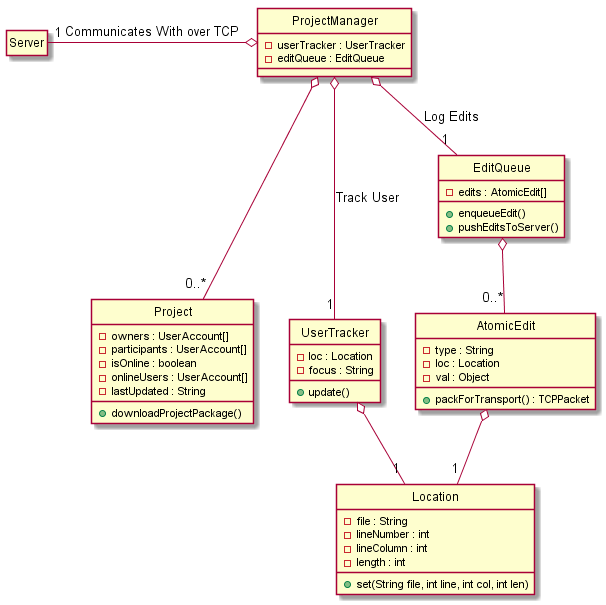
Above: hw3/Client/client_project.png in voxelv/sQuire_kw (PlantUML), before the change. Source of this version:
```plantuml
@startuml
hide circle
hide empty members

class "ProjectManager" as sq_projmgr {
    -userTracker : UserTracker
    -editQueue : EditQueue
}

class "Server" as sq_server

class "Project" as proj {
    -owners : UserAccount[]
    -participants : UserAccount[]
    -isOnline : boolean
    -onlineUsers : UserAccount[]
    -lastUpdated : String
    +downloadProjectPackage()
    +
}

class "UserTracker" as projmgr_utrack {
    -loc : Location
    -focus : String
    +update()
}

class "EditQueue" as projmgr_editq {
    -edits : AtomicEdit[]
    +enqueueEdit()
    +pushEditsToServer()
}

class "AtomicEdit" as editq_atomedit {
    -type : String
    -loc : Location
    -val : Object
    +packForTransport() : TCPPacket
}

class "Location" as loc {
    -file : String
    -lineNumber : int
    -lineColumn : int
    -length : int
    +set(String file, int line, int col, int len)
}

sq_projmgr o-left- "1" sq_server : Communicates With over TCP

sq_projmgr o=-- "1" projmgr_utrack : Track User
sq_projmgr o-- "1" projmgr_editq : Log Edits
sq_projmgr o=-- "0..*" proj

projmgr_editq o-- "0..*" editq_atomedit

projmgr_utrack o-- "1" loc

editq_atomedit o-- "1" loc



@enduml
```
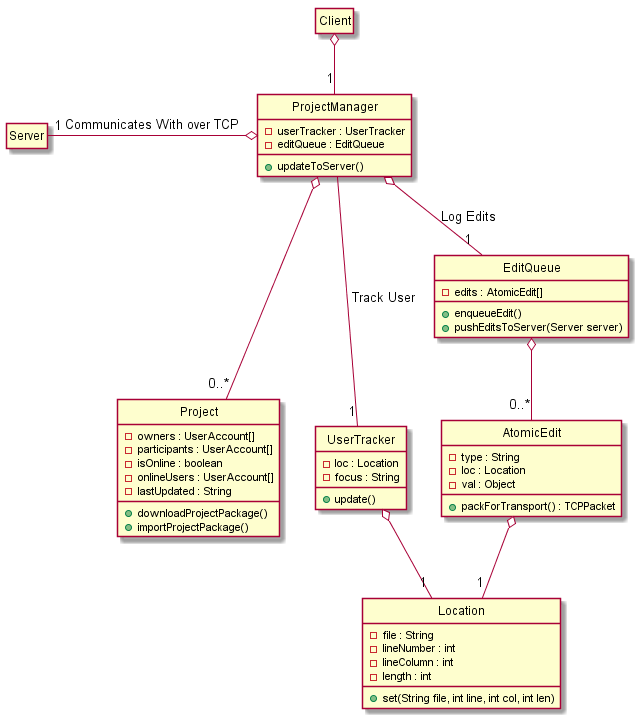
Later version of the same file.

Change to the diagram source:
```diff
@@ -2,9 +2,12 @@
 hide circle
 hide empty members
 
+class "Client" as sq_c
+
 class "ProjectManager" as sq_projmgr {
     -userTracker : UserTracker
     -editQueue : EditQueue
+    +updateToServer()
 }
 
 class "Server" as sq_server
@@ -16,7 +19,7 @@
     -onlineUsers : UserAccount[]
     -lastUpdated : String
     +downloadProjectPackage()
-    +
+    +importProjectPackage()
 }
 
 class "UserTracker" as projmgr_utrack {
@@ -28,7 +31,7 @@
 class "EditQueue" as projmgr_editq {
     -edits : AtomicEdit[]
     +enqueueEdit()
-    +pushEditsToServer()
+    +pushEditsToServer(Server server)
 }
 
 class "AtomicEdit" as editq_atomedit {
@@ -46,9 +49,11 @@
     +set(String file, int line, int col, int len)
 }
 
+sq_c o-- "1" sq_projmgr
+
 sq_projmgr o-left- "1" sq_server : Communicates With over TCP
 
-sq_projmgr o=-- "1" projmgr_utrack : Track User
+sq_projmgr =-- "1" projmgr_utrack : Track User
 sq_projmgr o-- "1" projmgr_editq : Log Edits
 sq_projmgr o=-- "0..*" proj
 
```
